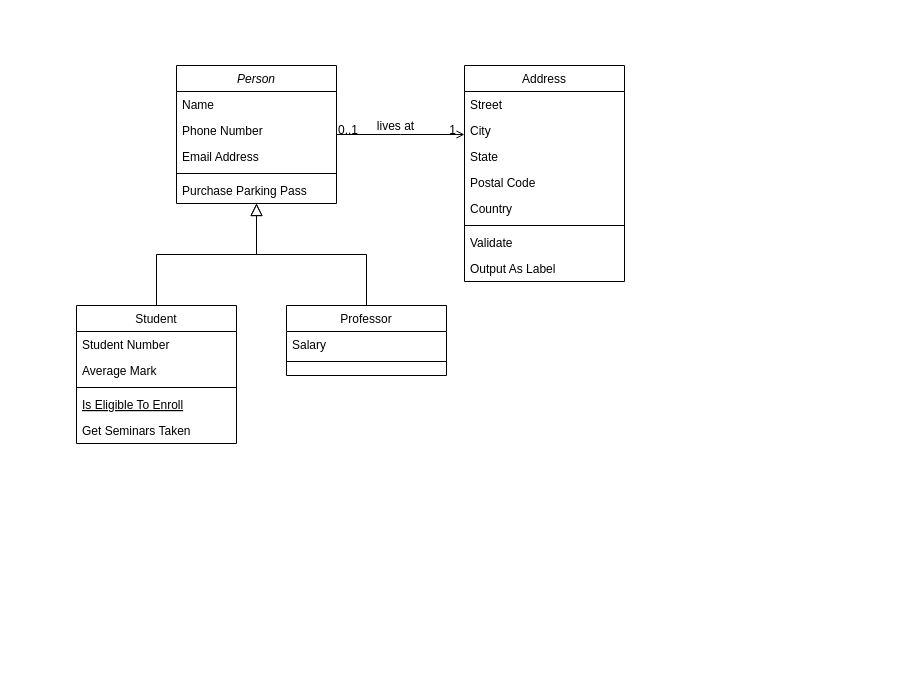
Above: B_to_B_class_diagram.drawio in dame620/B_to_B_order_class_diagram (draw.io), before the change. Source tidied: cells renumbered, new cells numbered last; positions are measured from the earlier drawing's top-left corner, leaving out a move shared by most shapes. Both pictures are drawn from the tidied source at 100%, with x=0, y=0 at pixel (76, 65).
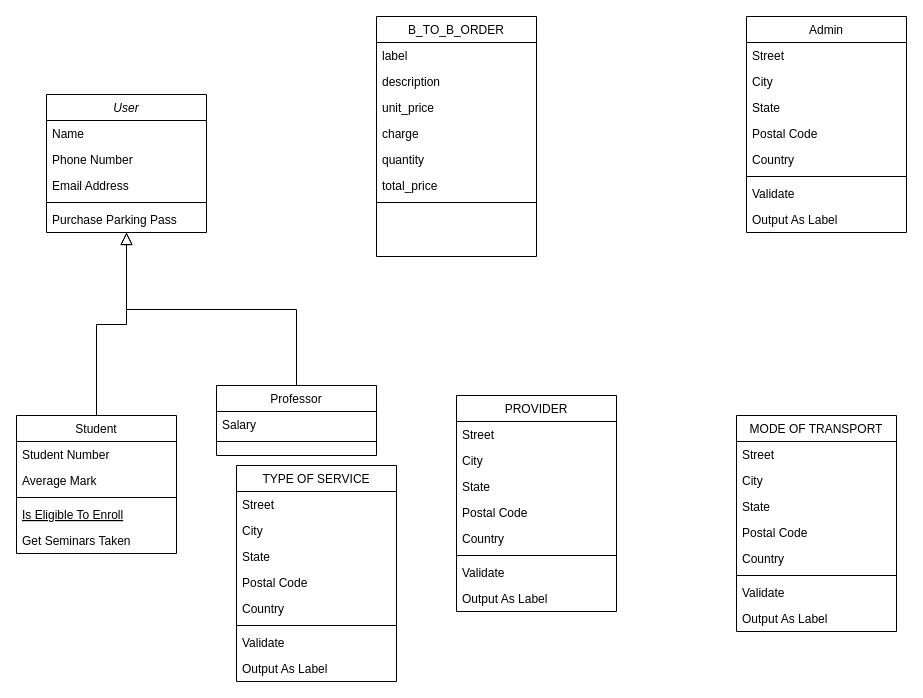
Above is the later version.

Commit message:
Mettre à jour B_to_B_class_diagram.drawio

The edit, as a diff of the source:
```diff
@@
-    <mxCell id="2" value="Person" style="swimlane;fontStyle=2;align=center;verticalAlign=top;horizontal=1;startSize=26;rounded=0;shadow=0;strokeWidth=1;" parent="1" vertex="1">
-      <mxGeometry x="100" width="160" height="138" as="geometry" />
+    <mxCell id="2" value="User" style="swimlane;fontStyle=2;align=center;verticalAlign=top;horizontal=1;startSize=26;rounded=0;shadow=0;strokeWidth=1;" parent="1" vertex="1">
+      <mxGeometry x="-30" y="29" width="160" height="138" as="geometry" />
     </mxCell>
@@
     <mxCell id="8" value="Student" style="swimlane;fontStyle=0;align=center;verticalAlign=top;horizontal=1;startSize=26;rounded=0;shadow=0;strokeWidth=1;" parent="1" vertex="1">
-      <mxGeometry y="240" width="160" height="138" as="geometry" />
+      <mxGeometry x="-60" y="350" width="160" height="138" as="geometry" />
     </mxCell>
@@
     <mxCell id="15" value="Professor" style="swimlane;fontStyle=0;align=center;verticalAlign=top;horizontal=1;startSize=26;rounded=0;shadow=0;strokeWidth=1;" parent="1" vertex="1">
-      <mxGeometry x="210" y="240" width="160" height="70" as="geometry" />
+      <mxGeometry x="140" y="320" width="160" height="70" as="geometry" />
     </mxCell>
@@
-    <mxCell id="19" value="Address" style="swimlane;fontStyle=0;align=center;verticalAlign=top;horizontal=1;startSize=26;rounded=0;shadow=0;strokeWidth=1;" parent="1" vertex="1">
-      <mxGeometry x="388" width="160" height="216" as="geometry" />
+    <mxCell id="19" value="Admin" style="swimlane;fontStyle=0;align=center;verticalAlign=top;horizontal=1;startSize=26;rounded=0;shadow=0;strokeWidth=1;" parent="1" vertex="1">
+      <mxGeometry x="670" y="-49" width="160" height="216" as="geometry" />
     </mxCell>
@@
-    <mxCell id="28" style="endArrow=open;shadow=0;strokeWidth=1;rounded=0;endFill=1;edgeStyle=elbowEdgeStyle;elbow=vertical;" parent="1" edge="1" source="2" target="19">
-      <mxGeometry x="0.5" y="41" relative="1" as="geometry">
-        <mxPoint x="-40" y="32" as="offset" />
-      </mxGeometry>
-    </mxCell>
-    <mxCell id="29" value="0..1" style="align=left;verticalAlign=bottom;labelBackgroundColor=none;fontSize=12;" parent="28" vertex="1">
-      <mxGeometry x="-1" relative="1" as="geometry">
-        <mxPoint y="4" as="offset" />
-      </mxGeometry>
-    </mxCell>
-    <mxCell id="30" value="1" style="align=right;verticalAlign=bottom;labelBackgroundColor=none;fontSize=12;" parent="28" vertex="1">
-      <mxGeometry x="1" relative="1" as="geometry">
-        <mxPoint x="-7" y="4" as="offset" />
-      </mxGeometry>
-    </mxCell>
-    <mxCell id="31" value="lives at" style="text;html=1;align=center;verticalAlign=middle;labelBackgroundColor=none;rounded=0;shadow=0;strokeWidth=1;fontSize=12;" parent="28" vertex="1">
-      <mxGeometry x="0.5" y="49" relative="1" as="geometry">
-        <mxPoint x="-38" y="40" as="offset" />
-      </mxGeometry>
-    </mxCell>
+    <mxCell id="32" value="PROVIDER" style="swimlane;fontStyle=0;align=center;verticalAlign=top;horizontal=1;startSize=26;rounded=0;shadow=0;strokeWidth=1;" parent="1" vertex="1">
+      <mxGeometry x="380" y="330" width="160" height="216" as="geometry" />
+    </mxCell>
+    <mxCell id="33" value="Street" style="text;align=left;verticalAlign=top;spacingLeft=4;spacingRight=4;overflow=hidden;" parent="32" vertex="1">
+      <mxGeometry y="26" width="160" height="26" as="geometry" />
+    </mxCell>
+    <mxCell id="34" value="City" style="text;align=left;verticalAlign=top;spacingLeft=4;spacingRight=4;overflow=hidden;rounded=0;shadow=0;html=0;" parent="32" vertex="1">
+      <mxGeometry y="52" width="160" height="26" as="geometry" />
+    </mxCell>
+    <mxCell id="35" value="State" style="text;align=left;verticalAlign=top;spacingLeft=4;spacingRight=4;overflow=hidden;rounded=0;shadow=0;html=0;" parent="32" vertex="1">
+      <mxGeometry y="78" width="160" height="26" as="geometry" />
+    </mxCell>
+    <mxCell id="36" value="Postal Code" style="text;align=left;verticalAlign=top;spacingLeft=4;spacingRight=4;overflow=hidden;rounded=0;shadow=0;html=0;" parent="32" vertex="1">
+      <mxGeometry y="104" width="160" height="26" as="geometry" />
+    </mxCell>
+    <mxCell id="37" value="Country" style="text;align=left;verticalAlign=top;spacingLeft=4;spacingRight=4;overflow=hidden;rounded=0;shadow=0;html=0;" parent="32" vertex="1">
+      <mxGeometry y="130" width="160" height="26" as="geometry" />
+    </mxCell>
+    <mxCell id="38" style="line;html=1;strokeWidth=1;align=left;verticalAlign=middle;spacingTop=-1;spacingLeft=3;spacingRight=3;labelPosition=right;" parent="32" vertex="1">
+      <mxGeometry y="156" width="160" height="8" as="geometry" />
+    </mxCell>
+    <mxCell id="39" value="Validate" style="text;align=left;verticalAlign=top;spacingLeft=4;spacingRight=4;overflow=hidden;" parent="32" vertex="1">
+      <mxGeometry y="164" width="160" height="26" as="geometry" />
+    </mxCell>
+    <mxCell id="40" value="Output As Label" style="text;align=left;verticalAlign=top;spacingLeft=4;spacingRight=4;overflow=hidden;" parent="32" vertex="1">
+      <mxGeometry y="190" width="160" height="26" as="geometry" />
+    </mxCell>
+    <mxCell id="41" value="TYPE OF SERVICE" style="swimlane;fontStyle=0;align=center;verticalAlign=top;horizontal=1;startSize=26;rounded=0;shadow=0;strokeWidth=1;" parent="1" vertex="1">
+      <mxGeometry x="160" y="400" width="160" height="216" as="geometry" />
+    </mxCell>
+    <mxCell id="42" value="Street" style="text;align=left;verticalAlign=top;spacingLeft=4;spacingRight=4;overflow=hidden;" parent="41" vertex="1">
+      <mxGeometry y="26" width="160" height="26" as="geometry" />
+    </mxCell>
+    <mxCell id="43" value="City" style="text;align=left;verticalAlign=top;spacingLeft=4;spacingRight=4;overflow=hidden;rounded=0;shadow=0;html=0;" parent="41" vertex="1">
+      <mxGeometry y="52" width="160" height="26" as="geometry" />
+    </mxCell>
+    <mxCell id="44" value="State" style="text;align=left;verticalAlign=top;spacingLeft=4;spacingRight=4;overflow=hidden;rounded=0;shadow=0;html=0;" parent="41" vertex="1">
+      <mxGeometry y="78" width="160" height="26" as="geometry" />
+    </mxCell>
+    <mxCell id="45" value="Postal Code" style="text;align=left;verticalAlign=top;spacingLeft=4;spacingRight=4;overflow=hidden;rounded=0;shadow=0;html=0;" parent="41" vertex="1">
+      <mxGeometry y="104" width="160" height="26" as="geometry" />
+    </mxCell>
+    <mxCell id="46" value="Country" style="text;align=left;verticalAlign=top;spacingLeft=4;spacingRight=4;overflow=hidden;rounded=0;shadow=0;html=0;" parent="41" vertex="1">
+      <mxGeometry y="130" width="160" height="26" as="geometry" />
+    </mxCell>
+    <mxCell id="47" style="line;html=1;strokeWidth=1;align=left;verticalAlign=middle;spacingTop=-1;spacingLeft=3;spacingRight=3;labelPosition=right;" parent="41" vertex="1">
+      <mxGeometry y="156" width="160" height="8" as="geometry" />
+    </mxCell>
+    <mxCell id="48" value="Validate" style="text;align=left;verticalAlign=top;spacingLeft=4;spacingRight=4;overflow=hidden;" parent="41" vertex="1">
+      <mxGeometry y="164" width="160" height="26" as="geometry" />
+    </mxCell>
+    <mxCell id="49" value="Output As Label" style="text;align=left;verticalAlign=top;spacingLeft=4;spacingRight=4;overflow=hidden;" parent="41" vertex="1">
+      <mxGeometry y="190" width="160" height="26" as="geometry" />
+    </mxCell>
+    <mxCell id="50" value="MODE OF TRANSPORT" style="swimlane;fontStyle=0;align=center;verticalAlign=top;horizontal=1;startSize=26;rounded=0;shadow=0;strokeWidth=1;" parent="1" vertex="1">
+      <mxGeometry x="660" y="350" width="160" height="216" as="geometry" />
+    </mxCell>
+    <mxCell id="51" value="Street" style="text;align=left;verticalAlign=top;spacingLeft=4;spacingRight=4;overflow=hidden;" parent="50" vertex="1">
+      <mxGeometry y="26" width="160" height="26" as="geometry" />
+    </mxCell>
+    <mxCell id="52" value="City" style="text;align=left;verticalAlign=top;spacingLeft=4;spacingRight=4;overflow=hidden;rounded=0;shadow=0;html=0;" parent="50" vertex="1">
+      <mxGeometry y="52" width="160" height="26" as="geometry" />
+    </mxCell>
+    <mxCell id="53" value="State" style="text;align=left;verticalAlign=top;spacingLeft=4;spacingRight=4;overflow=hidden;rounded=0;shadow=0;html=0;" parent="50" vertex="1">
+      <mxGeometry y="78" width="160" height="26" as="geometry" />
+    </mxCell>
+    <mxCell id="54" value="Postal Code" style="text;align=left;verticalAlign=top;spacingLeft=4;spacingRight=4;overflow=hidden;rounded=0;shadow=0;html=0;" parent="50" vertex="1">
+      <mxGeometry y="104" width="160" height="26" as="geometry" />
+    </mxCell>
+    <mxCell id="55" value="Country" style="text;align=left;verticalAlign=top;spacingLeft=4;spacingRight=4;overflow=hidden;rounded=0;shadow=0;html=0;" parent="50" vertex="1">
+      <mxGeometry y="130" width="160" height="26" as="geometry" />
+    </mxCell>
+    <mxCell id="56" style="line;html=1;strokeWidth=1;align=left;verticalAlign=middle;spacingTop=-1;spacingLeft=3;spacingRight=3;labelPosition=right;" parent="50" vertex="1">
+      <mxGeometry y="156" width="160" height="8" as="geometry" />
+    </mxCell>
+    <mxCell id="57" value="Validate" style="text;align=left;verticalAlign=top;spacingLeft=4;spacingRight=4;overflow=hidden;" parent="50" vertex="1">
+      <mxGeometry y="164" width="160" height="26" as="geometry" />
+    </mxCell>
+    <mxCell id="58" value="Output As Label" style="text;align=left;verticalAlign=top;spacingLeft=4;spacingRight=4;overflow=hidden;" parent="50" vertex="1">
+      <mxGeometry y="190" width="160" height="26" as="geometry" />
+    </mxCell>
+    <mxCell id="59" value="B_TO_B_ORDER" style="swimlane;fontStyle=0;align=center;verticalAlign=top;horizontal=1;startSize=26;rounded=0;shadow=0;strokeWidth=1;" parent="1" vertex="1">
+      <mxGeometry x="300" y="-49" width="160" height="240" as="geometry" />
+    </mxCell>
+    <mxCell id="60" value="label&#10;&#10;" style="text;align=left;verticalAlign=top;spacingLeft=4;spacingRight=4;overflow=hidden;rounded=0;shadow=0;html=0;" parent="59" vertex="1">
+      <mxGeometry y="26" width="160" height="26" as="geometry" />
+    </mxCell>
+    <mxCell id="61" value="description" style="text;align=left;verticalAlign=top;spacingLeft=4;spacingRight=4;overflow=hidden;rounded=0;shadow=0;html=0;" parent="59" vertex="1">
+      <mxGeometry y="52" width="160" height="26" as="geometry" />
+    </mxCell>
+    <mxCell id="62" value="unit_price" style="text;align=left;verticalAlign=top;spacingLeft=4;spacingRight=4;overflow=hidden;" parent="59" vertex="1">
+      <mxGeometry y="78" width="160" height="26" as="geometry" />
+    </mxCell>
+    <mxCell id="63" value="charge" style="text;align=left;verticalAlign=top;spacingLeft=4;spacingRight=4;overflow=hidden;rounded=0;shadow=0;html=0;" parent="59" vertex="1">
+      <mxGeometry y="104" width="160" height="26" as="geometry" />
+    </mxCell>
+    <mxCell id="64" value="quantity&#10;" style="text;align=left;verticalAlign=top;spacingLeft=4;spacingRight=4;overflow=hidden;rounded=0;shadow=0;html=0;" parent="59" vertex="1">
+      <mxGeometry y="130" width="160" height="26" as="geometry" />
+    </mxCell>
+    <mxCell id="65" value="total_price&#10;&#10;" style="text;align=left;verticalAlign=top;spacingLeft=4;spacingRight=4;overflow=hidden;rounded=0;shadow=0;html=0;" parent="59" vertex="1">
+      <mxGeometry y="156" width="160" height="26" as="geometry" />
+    </mxCell>
+    <mxCell id="66" style="line;html=1;strokeWidth=1;align=left;verticalAlign=middle;spacingTop=-1;spacingLeft=3;spacingRight=3;labelPosition=right;" parent="59" vertex="1">
+      <mxGeometry y="182" width="160" height="8" as="geometry" />
+    </mxCell>
```
